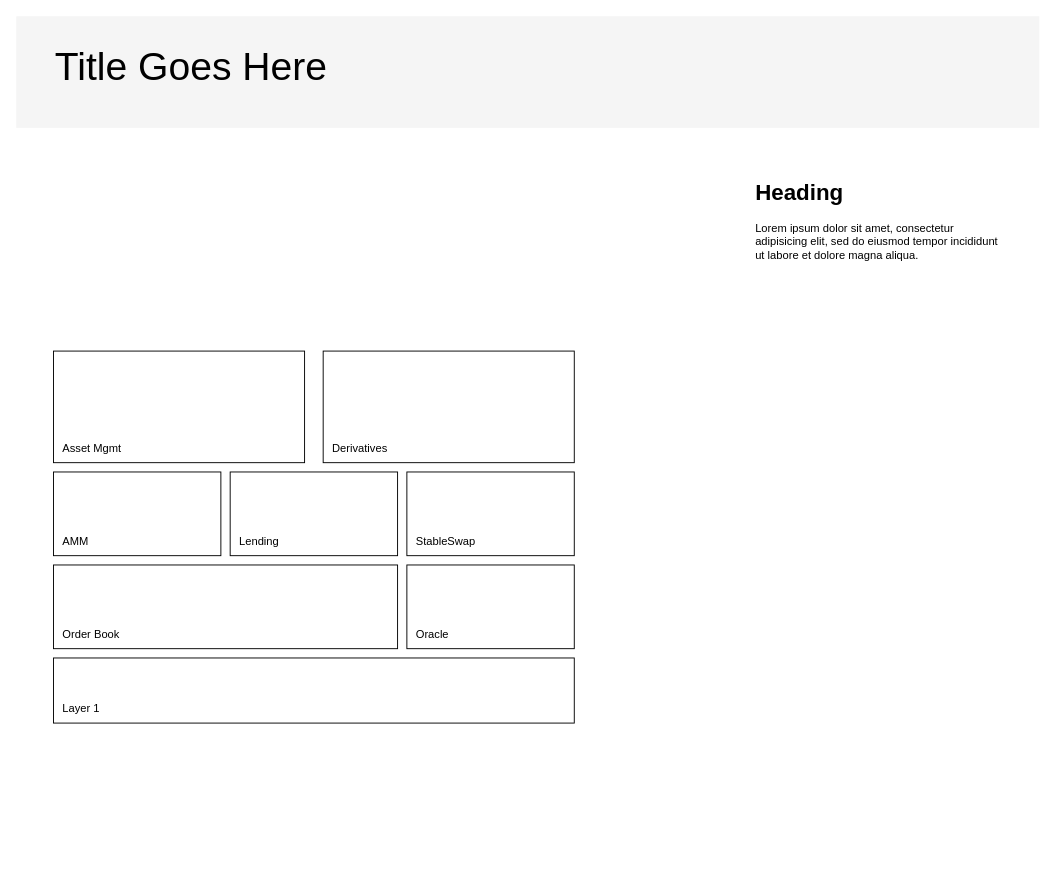
This is Untitled Diagram.drawio from darrellcbrown/defi-architecture, a draw.io file, before an edit. Source tidied: cells renumbered, new cells numbered last; positions are measured from the earlier drawing's top-left corner, leaving out a move shared by most shapes. Both pictures are drawn from the tidied source at 93%, with x=0, y=0 at pixel (16, 16).
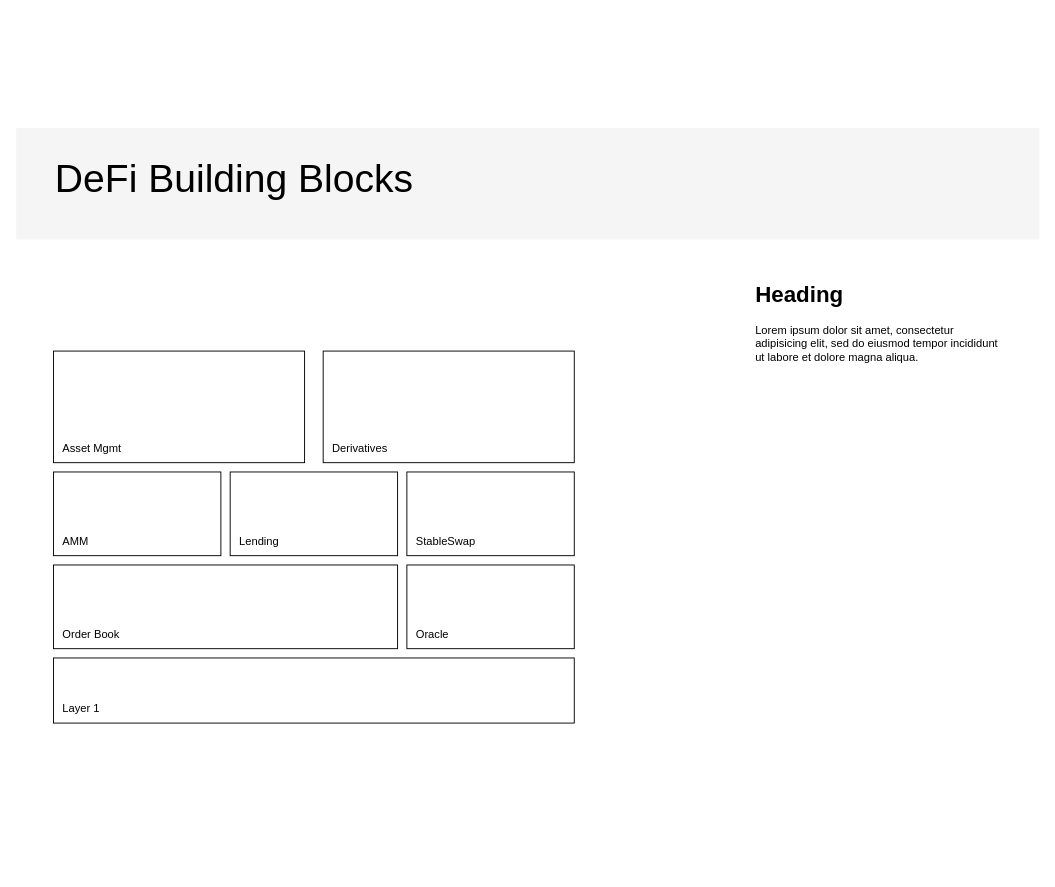
Above is the later version.

Commit message:
updating layout and formatting

Diff of the diagram source:
```diff
@@
     <mxCell id="8" style="rounded=0;whiteSpace=wrap;html=1;fillColor=#f5f5f5;fontColor=#333333;strokeColor=none;" parent="1" vertex="1">
-      <mxGeometry width="1100" height="120" as="geometry" />
+      <mxGeometry y="120" width="1100" height="120" as="geometry" />
     </mxCell>
     <mxCell id="9" value="&lt;h1&gt;Heading&lt;/h1&gt;&lt;p&gt;Lorem ipsum dolor sit amet, consectetur adipisicing elit, sed do eiusmod tempor incididunt ut labore et dolore magna aliqua.&lt;/p&gt;" style="text;html=1;strokeColor=none;fillColor=none;spacing=5;spacingTop=-20;whiteSpace=wrap;overflow=hidden;rounded=0;" parent="1" vertex="1">
-      <mxGeometry x="790" y="170" width="280" height="630" as="geometry" />
+      <mxGeometry x="790" y="280" width="280" height="640" as="geometry" />
     </mxCell>
-    <mxCell id="10" value="Title Goes Here" style="text;html=1;strokeColor=none;fillColor=none;align=left;verticalAlign=middle;whiteSpace=wrap;rounded=0;fontSize=42;" parent="1" vertex="1">
-      <mxGeometry x="40" y="40" width="350" height="30" as="geometry" />
+    <mxCell id="10" value="DeFi Building Blocks" style="text;html=1;strokeColor=none;fillColor=none;align=left;verticalAlign=middle;whiteSpace=wrap;rounded=0;fontSize=42;" parent="1" vertex="1">
+      <mxGeometry x="40" y="160" width="400" height="30" as="geometry" />
     </mxCell>
```
